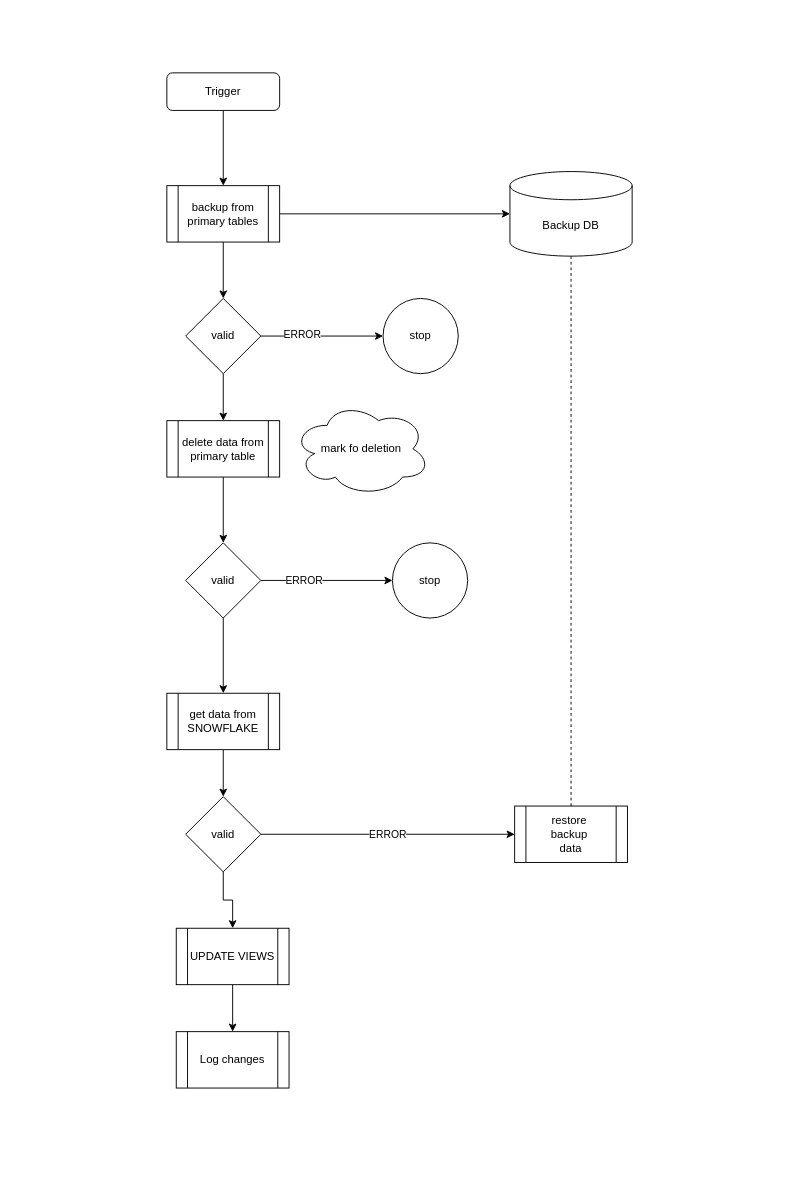
Above: tmp/import-and-backup.drawio in LuciOroles/carbee (draw.io), before the change. Source tidied: cells renumbered, new cells numbered last; positions are measured from the earlier drawing's top-left corner, leaving out a move shared by most shapes. Both pictures are drawn from the tidied source at 94%, with x=0, y=0 at pixel (166, 72).
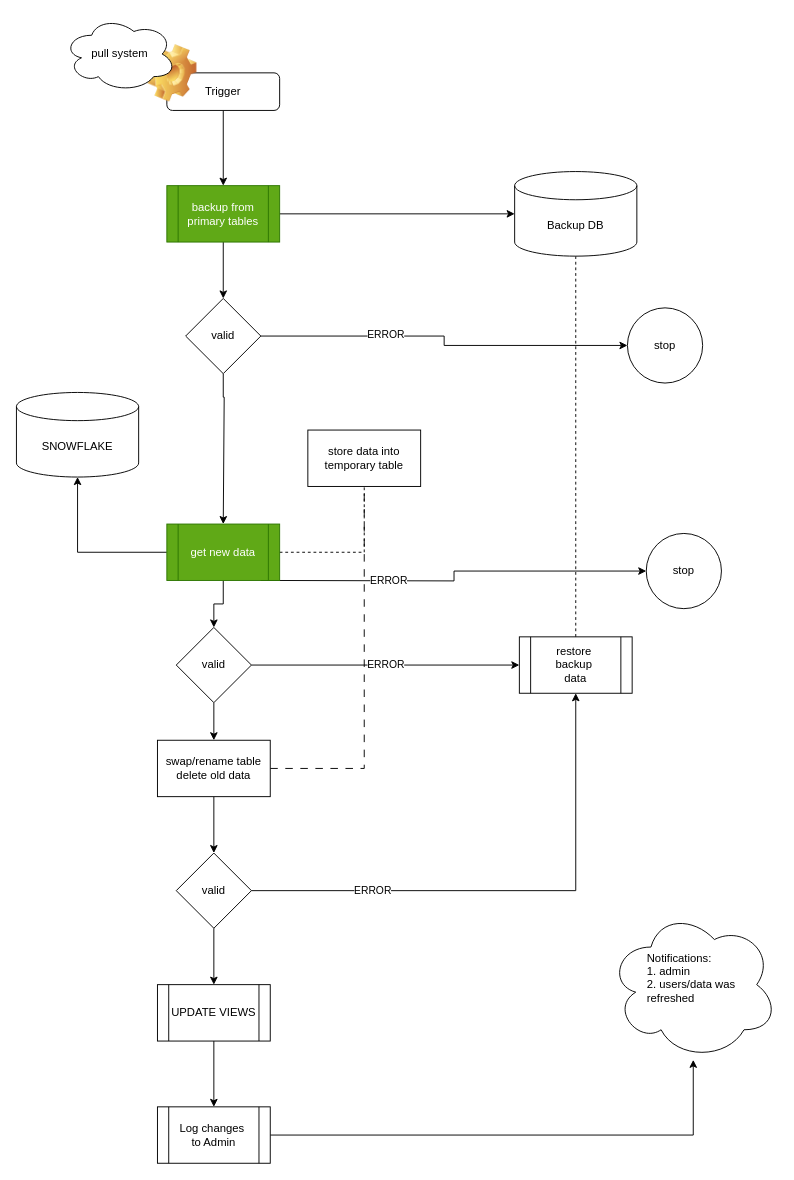
Above is the later version.

Unchanged cells that the change refers to:
```xml
<mxCell id="10" value="valid" style="rhombus;whiteSpace=wrap;html=1;" parent="1" vertex="1">
  <mxGeometry x="20" y="240" width="80" height="80" as="geometry" />
</mxCell>
```

Diff of the diagram source:
```diff
@@
-    <mxCell id="6" value="backup from primary tables" style="shape=process;whiteSpace=wrap;html=1;backgroundOutline=1;" parent="1" vertex="1">
+    <mxCell id="6" value="backup from primary tables" style="shape=process;whiteSpace=wrap;html=1;backgroundOutline=1;fillColor=#60a917;fontColor=#ffffff;strokeColor=#2D7600;" parent="1" vertex="1">
       <mxGeometry y="120" width="120" height="60" as="geometry" />
     </mxCell>
@@
-    <mxCell id="9" style="edgeStyle=orthogonalEdgeStyle;rounded=0;jettySize=auto;html=1;entryX=0.5;entryY=0;entryDx=0;entryDy=0;" parent="1" edge="1" source="10" target="13">
-      <mxGeometry relative="1" as="geometry" />
+    <mxCell id="9" style="edgeStyle=orthogonalEdgeStyle;rounded=0;jettySize=auto;html=1;entryX=0.5;entryY=0;entryDx=0;entryDy=0;" parent="1" edge="1" source="10" target="20">
+      <mxGeometry relative="1" as="geometry">
+        <Array as="points">
+          <mxPoint x="60" y="345" />
+          <mxPoint x="61" y="345" />
+        </Array>
+      </mxGeometry>
     </mxCell>
@@
     <mxCell id="11" value="stop" style="ellipse;whiteSpace=wrap;html=1;" parent="1" vertex="1">
-      <mxGeometry x="230" y="240" width="80" height="80" as="geometry" />
+      <mxGeometry x="490" y="250" width="80" height="80" as="geometry" />
     </mxCell>
-    <mxCell id="12" style="edgeStyle=orthogonalEdgeStyle;rounded=0;jettySize=auto;html=1;" parent="1" edge="1" source="13" target="17">
-      <mxGeometry relative="1" as="geometry" />
+    <mxCell id="12" style="edgeStyle=orthogonalEdgeStyle;rounded=0;orthogonalLoop=1;jettySize=auto;html=1;" parent="1" edge="1">
+      <mxGeometry relative="1" as="geometry">
+        <mxPoint x="60" y="430" as="sourcePoint" />
+      </mxGeometry>
     </mxCell>
-    <mxCell id="13" value="delete data from primary table" style="shape=process;whiteSpace=wrap;html=1;backgroundOutline=1;" parent="1" vertex="1">
-      <mxGeometry y="370" width="120" height="60" as="geometry" />
-    </mxCell>
-    <mxCell id="14" style="edgeStyle=orthogonalEdgeStyle;rounded=0;jettySize=auto;html=1;" parent="1" edge="1" source="17" target="18">
-      <mxGeometry relative="1" as="geometry" />
+    <mxCell id="14" style="edgeStyle=orthogonalEdgeStyle;rounded=0;jettySize=auto;html=1;" parent="1" edge="1" target="18">
+      <mxGeometry relative="1" as="geometry">
+        <mxPoint x="100" y="540" as="sourcePoint" />
+      </mxGeometry>
     </mxCell>
@@
-    <mxCell id="16" style="edgeStyle=orthogonalEdgeStyle;rounded=0;jettySize=auto;html=1;entryX=0.5;entryY=0;entryDx=0;entryDy=0;" parent="1" edge="1" source="17" target="20">
-      <mxGeometry relative="1" as="geometry" />
-    </mxCell>
-    <mxCell id="17" value="valid" style="rhombus;whiteSpace=wrap;html=1;" parent="1" vertex="1">
-      <mxGeometry x="20" y="500" width="80" height="80" as="geometry" />
-    </mxCell>
     <mxCell id="18" value="stop" style="ellipse;whiteSpace=wrap;html=1;" parent="1" vertex="1">
-      <mxGeometry x="240" y="500" width="80" height="80" as="geometry" />
+      <mxGeometry x="510" y="490" width="80" height="80" as="geometry" />
     </mxCell>
@@
+    <mxCell id="32" style="edgeStyle=orthogonalEdgeStyle;rounded=0;jettySize=auto;html=1;" parent="1" edge="1" source="20" target="37">
+      <mxGeometry relative="1" as="geometry" />
+    </mxCell>
+    <mxCell id="33" style="edgeStyle=orthogonalEdgeStyle;rounded=0;jettySize=auto;html=1;dashed=1;endArrow=none;endFill=0;" parent="1" edge="1" source="20" target="40">
+      <mxGeometry relative="1" as="geometry" />
+    </mxCell>
-    <mxCell id="20" value="get data from&lt;div&gt;SNOWFLAKE&lt;/div&gt;" style="shape=process;whiteSpace=wrap;html=1;backgroundOutline=1;" parent="1" vertex="1">
-      <mxGeometry y="660" width="120" height="60" as="geometry" />
+    <mxCell id="20" value="get new data" style="shape=process;whiteSpace=wrap;html=1;backgroundOutline=1;fillColor=#60a917;fontColor=#ffffff;strokeColor=#2D7600;" parent="1" vertex="1">
+      <mxGeometry y="480" width="120" height="60" as="geometry" />
     </mxCell>
@@
     <mxCell id="22" value="Backup DB" style="shape=cylinder3;whiteSpace=wrap;html=1;boundedLbl=1;backgroundOutline=1;size=15;" parent="1" vertex="1">
-      <mxGeometry x="365" y="105" width="130" height="90" as="geometry" />
+      <mxGeometry x="370" y="105" width="130" height="90" as="geometry" />
     </mxCell>
@@
-    <mxCell id="24" style="edgeStyle=orthogonalEdgeStyle;rounded=0;jettySize=auto;html=1;entryX=0.5;entryY=0;entryDx=0;entryDy=0;" parent="1" edge="1" source="25" target="31">
-      <mxGeometry relative="1" as="geometry" />
-    </mxCell>
+    <mxCell id="34" style="edgeStyle=orthogonalEdgeStyle;rounded=0;jettySize=auto;html=1;" parent="1" edge="1" source="25" target="43">
+      <mxGeometry relative="1" as="geometry" />
+    </mxCell>
     <mxCell id="25" value="valid" style="rhombus;whiteSpace=wrap;html=1;" parent="1" vertex="1">
-      <mxGeometry x="20" y="770" width="80" height="80" as="geometry" />
+      <mxGeometry x="10" y="590" width="80" height="80" as="geometry" />
     </mxCell>
     <mxCell id="26" value="restore&amp;nbsp;&lt;div&gt;backup&amp;nbsp;&lt;/div&gt;&lt;div&gt;data&lt;/div&gt;" style="shape=process;whiteSpace=wrap;html=1;backgroundOutline=1;" parent="1" vertex="1">
-      <mxGeometry x="370" y="780" width="120" height="60" as="geometry" />
+      <mxGeometry x="375" y="600" width="120" height="60" as="geometry" />
     </mxCell>
@@
+    <mxCell id="35" style="edgeStyle=orthogonalEdgeStyle;rounded=0;jettySize=auto;html=1;" parent="1" edge="1" source="28" target="36">
+      <mxGeometry relative="1" as="geometry" />
+    </mxCell>
-    <mxCell id="28" value="Log changes" style="shape=process;whiteSpace=wrap;html=1;backgroundOutline=1;" parent="1" vertex="1">
-      <mxGeometry x="10" y="1020" width="120" height="60" as="geometry" />
+    <mxCell id="28" value="Log changes&amp;nbsp;&lt;div&gt;to Admin&lt;/div&gt;" style="shape=process;whiteSpace=wrap;html=1;backgroundOutline=1;" parent="1" vertex="1">
+      <mxGeometry x="-10" y="1100" width="120" height="60" as="geometry" />
     </mxCell>
-    <mxCell id="29" value="mark fo deletion" style="ellipse;shape=cloud;whiteSpace=wrap;html=1;" parent="1" vertex="1">
-      <mxGeometry x="134" y="350" width="146" height="100" as="geometry" />
-    </mxCell>
@@
     <mxCell id="31" value="UPDATE VIEWS" style="shape=process;whiteSpace=wrap;html=1;backgroundOutline=1;" parent="1" vertex="1">
-      <mxGeometry x="10" y="910" width="120" height="60" as="geometry" />
+      <mxGeometry x="-10" y="970" width="120" height="60" as="geometry" />
     </mxCell>
+    <mxCell id="36" value="&lt;blockquote style=&quot;margin: 0 0 0 40px; border: none; padding: 0px;&quot;&gt;&lt;div style=&quot;text-align: left;&quot;&gt;Notifications:&lt;/div&gt;&lt;div style=&quot;text-align: left;&quot;&gt;1. admin&lt;/div&gt;&lt;div style=&quot;text-align: left;&quot;&gt;2. users/data was refreshed&lt;/div&gt;&lt;/blockquote&gt;&lt;div&gt;&lt;br&gt;&lt;/div&gt;" style="ellipse;shape=cloud;whiteSpace=wrap;html=1;" parent="1" vertex="1">
+      <mxGeometry x="470" y="890" width="180" height="160" as="geometry" />
+    </mxCell>
+    <mxCell id="37" value="SNOWFLAKE" style="shape=cylinder3;whiteSpace=wrap;html=1;boundedLbl=1;backgroundOutline=1;size=15;" parent="1" vertex="1">
+      <mxGeometry x="-160" y="340" width="130" height="90" as="geometry" />
+    </mxCell>
+    <mxCell id="38" style="shape=image;html=1;verticalLabelPosition=bottom;verticalAlign=top;imageAspect=1;image=img/clipart/Gear_128x128.png;" parent="1" vertex="1">
+      <mxGeometry x="-20" y="-30" width="52" height="61" as="geometry" />
+    </mxCell>
+    <mxCell id="39" value="pull system" style="ellipse;shape=cloud;whiteSpace=wrap;html=1;" parent="1" vertex="1">
+      <mxGeometry x="-110" y="-60" width="120" height="80" as="geometry" />
+    </mxCell>
+    <mxCell id="40" value="store data into temporary table" style="whiteSpace=wrap;html=1;" parent="1" vertex="1">
+      <mxGeometry x="150" y="380" width="120" height="60" as="geometry" />
+    </mxCell>
+    <mxCell id="41" style="edgeStyle=orthogonalEdgeStyle;rounded=0;jettySize=auto;html=1;" parent="1" edge="1" source="43" target="17">
+      <mxGeometry relative="1" as="geometry" />
+    </mxCell>
+    <mxCell id="42" style="edgeStyle=orthogonalEdgeStyle;rounded=0;jettySize=auto;html=1;entryX=0.5;entryY=1;entryDx=0;entryDy=0;dashed=1;dashPattern=8 8;endArrow=none;endFill=0;" parent="1" edge="1" source="43" target="40">
+      <mxGeometry relative="1" as="geometry" />
+    </mxCell>
+    <mxCell id="43" value="swap/rename table&lt;div&gt;delete old data&lt;/div&gt;" style="whiteSpace=wrap;html=1;" parent="1" vertex="1">
+      <mxGeometry x="-10" y="710" width="120" height="60" as="geometry" />
+    </mxCell>
+    <mxCell id="44" style="edgeStyle=orthogonalEdgeStyle;rounded=0;jettySize=auto;html=1;entryX=0.5;entryY=1;entryDx=0;entryDy=0;" parent="1" edge="1" source="17" target="26">
+      <mxGeometry relative="1" as="geometry" />
+    </mxCell>
+    <mxCell id="45" value="ERROR" style="edgeLabel;html=1;align=center;verticalAlign=middle;" parent="44" vertex="1">
+      <mxGeometry x="-0.54" y="1" relative="1" as="geometry" />
+    </mxCell>
+    <mxCell id="46" style="edgeStyle=orthogonalEdgeStyle;rounded=0;jettySize=auto;html=1;entryX=0.5;entryY=0;entryDx=0;entryDy=0;" parent="1" edge="1" source="17" target="31">
+      <mxGeometry relative="1" as="geometry" />
+    </mxCell>
+    <mxCell id="17" value="valid" style="rhombus;whiteSpace=wrap;html=1;" parent="1" vertex="1">
+      <mxGeometry x="10" y="830" width="80" height="80" as="geometry" />
+    </mxCell>
```
